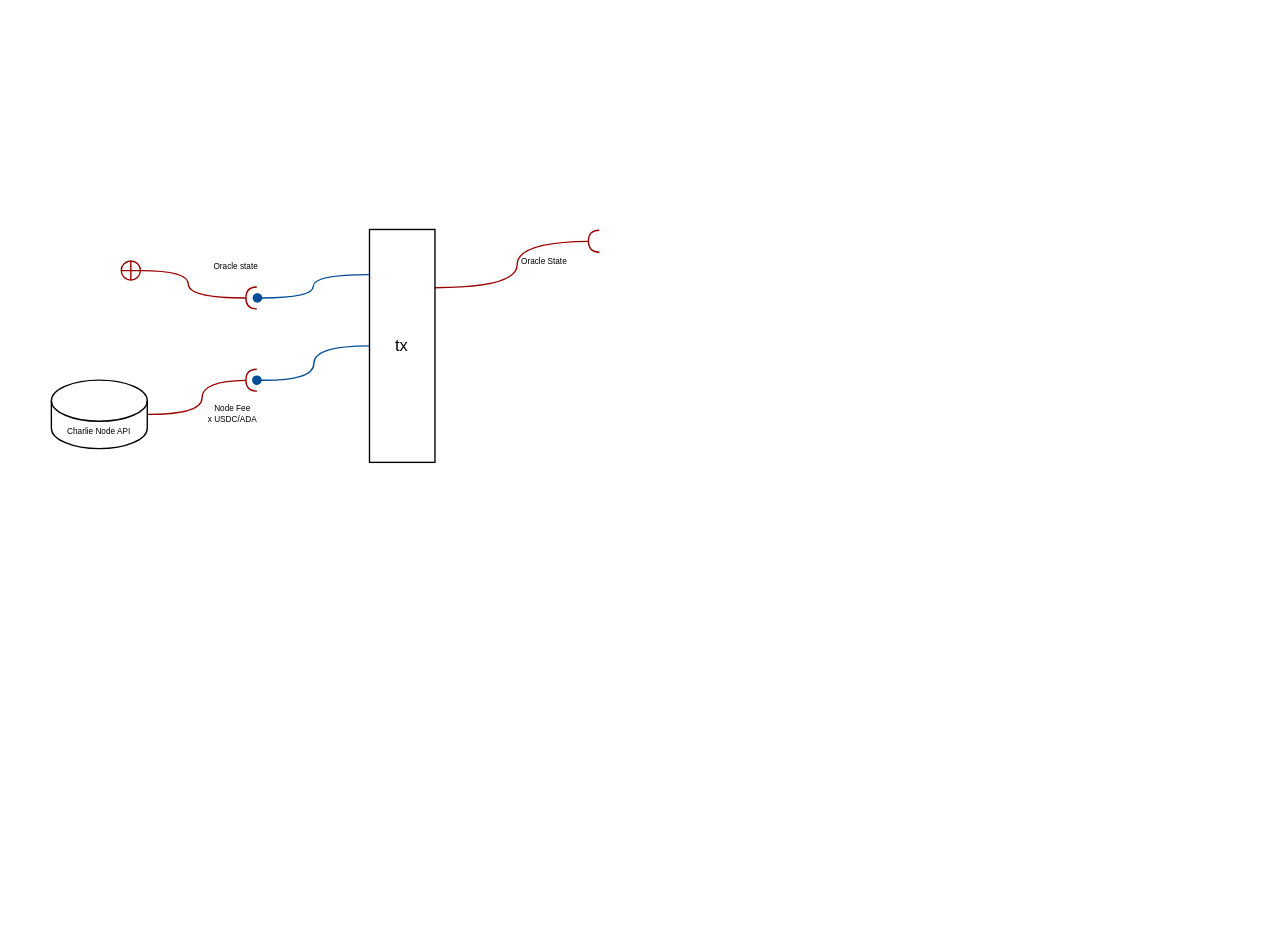
The draw.io diagram Update OP.drawio in xxAVOGADROxx/diagramasC3, before the edit. Source tidied: cells renumbered, new cells numbered last; positions are measured from the earlier drawing's top-left corner, leaving out a move shared by most shapes. Both pictures are drawn from the tidied source at 137%, with x=0, y=0 at pixel (51, 229).
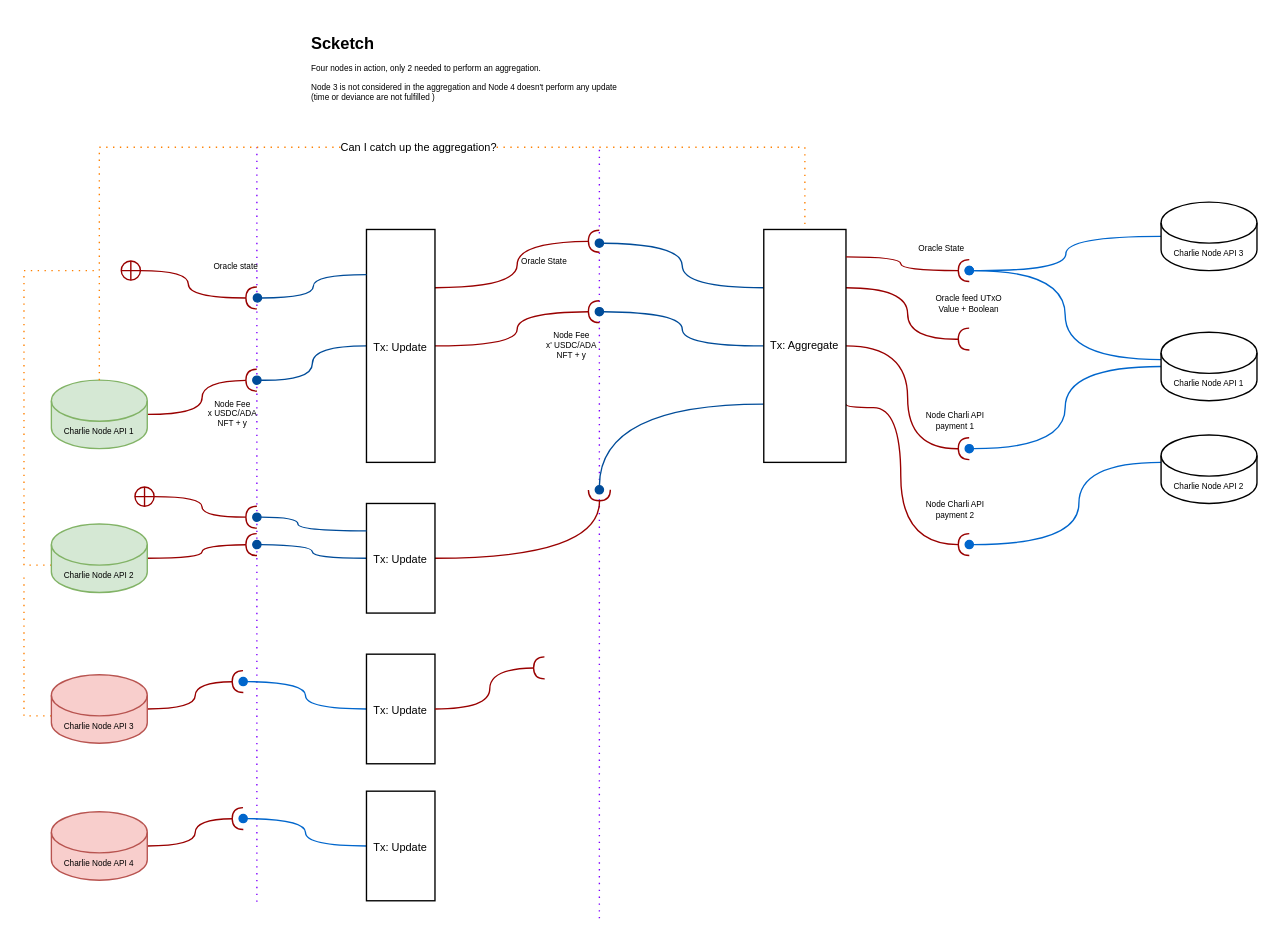
The same page after the edit.

Diff of the diagram source:
```diff
@@
+    <mxCell id="12" style="endArrow=none;dashed=1;html=1;rounded=0;fontSize=8;strokeColor=#7F00FF;curved=1;dashPattern=1 4;" parent="1" edge="1">
+      <mxGeometry relative="1" as="geometry">
+        <mxPoint x="400" y="502.8" as="sourcePoint" />
+        <mxPoint x="400" y="-60" as="targetPoint" />
+      </mxGeometry>
+    </mxCell>
+    <mxCell id="13" style="endArrow=none;dashed=1;html=1;dashPattern=1 4;strokeWidth=1;rounded=0;fontSize=8;curved=1;strokeColor=#7F00FF;" parent="1" edge="1">
+      <mxGeometry relative="1" as="geometry">
+        <mxPoint x="150" y="490.7" as="sourcePoint" />
+        <mxPoint x="150" y="-60" as="targetPoint" />
+      </mxGeometry>
+    </mxCell>
@@
-    <mxCell id="5" value="Charlie Node API" style="shape=cylinder3;whiteSpace=wrap;html=1;boundedLbl=1;backgroundOutline=1;size=15;fontSize=6;" parent="1" vertex="1">
+    <mxCell id="5" value="Charlie Node API 1" style="shape=cylinder3;whiteSpace=wrap;html=1;boundedLbl=1;backgroundOutline=1;size=15;fontSize=6;fillColor=#d5e8d4;strokeColor=#82b366;" parent="1" vertex="1">
       <mxGeometry y="110" width="70" height="50" as="geometry" />
     </mxCell>
@@
-    <mxCell id="8" value="Node Fee&lt;br&gt;x USDC/ADA" style="text;html=1;strokeColor=none;fillColor=none;align=center;verticalAlign=middle;whiteSpace=wrap;rounded=0;fontSize=6;" parent="1" vertex="1">
+    <mxCell id="8" value="Node Fee&lt;br&gt;x USDC/ADA&lt;br&gt;NFT + y" style="text;html=1;strokeColor=none;fillColor=none;align=center;verticalAlign=middle;whiteSpace=wrap;rounded=0;fontSize=6;" parent="1" vertex="1">
       <mxGeometry x="110" y="125" width="45" height="20" as="geometry" />
     </mxCell>
@@
+    <mxCell id="14" style="edgeStyle=orthogonalEdgeStyle;rounded=0;jettySize=auto;html=1;exitX=1;exitY=0.5;exitDx=0;exitDy=0;curved=1;strokeColor=#990000;endArrow=halfCircle;endFill=0;" parent="1" edge="1" source="10">
+      <mxGeometry relative="1" as="geometry">
+        <mxPoint x="400" y="60" as="targetPoint" />
+      </mxGeometry>
+    </mxCell>
-    <mxCell id="10" value="tx" style="rounded=0;whiteSpace=wrap;html=1;rotation=0;" parent="1" vertex="1">
-      <mxGeometry x="232.2" width="47.8" height="170" as="geometry" />
+    <mxCell id="10" value="&lt;div&gt;&lt;span style=&quot;font-size: 8px&quot;&gt;Tx: Update&lt;/span&gt;&lt;/div&gt;" style="rounded=0;whiteSpace=wrap;html=1;rotation=0;align=center;" parent="1" vertex="1">
+      <mxGeometry x="230" width="50" height="170" as="geometry" />
     </mxCell>
@@
+    <mxCell id="15" value="&lt;font style=&quot;font-size: 6px&quot;&gt;Node Fee&lt;br style=&quot;font-size: 6px&quot;&gt;x' USDC/ADA&lt;br&gt;NFT + y&lt;br&gt;&lt;/font&gt;" style="text;html=1;strokeColor=none;fillColor=none;align=center;verticalAlign=middle;whiteSpace=wrap;rounded=0;fontSize=6;" parent="1" vertex="1">
+      <mxGeometry x="350" y="70" width="60" height="30" as="geometry" />
+    </mxCell>
+    <mxCell id="16" style="edgeStyle=orthogonalEdgeStyle;curved=1;rounded=0;jettySize=auto;html=1;exitX=0;exitY=0.25;exitDx=0;exitDy=0;fontSize=8;endArrow=oval;endFill=1;strokeColor=#004C99;" parent="1" edge="1" source="22">
+      <mxGeometry relative="1" as="geometry">
+        <mxPoint x="400" y="10" as="targetPoint" />
+      </mxGeometry>
+    </mxCell>
+    <mxCell id="17" style="edgeStyle=orthogonalEdgeStyle;curved=1;rounded=0;jettySize=auto;html=1;exitX=0;exitY=0.5;exitDx=0;exitDy=0;fontSize=8;endArrow=oval;endFill=1;strokeColor=#004C99;" parent="1" edge="1" source="22">
+      <mxGeometry relative="1" as="geometry">
+        <mxPoint x="400" y="60" as="targetPoint" />
+      </mxGeometry>
+    </mxCell>
+    <mxCell id="18" style="edgeStyle=orthogonalEdgeStyle;curved=1;rounded=0;jettySize=auto;html=1;exitX=1;exitY=0.25;exitDx=0;exitDy=0;fontSize=8;endArrow=halfCircle;endFill=0;strokeColor=#990000;" parent="1" edge="1" source="22">
+      <mxGeometry relative="1" as="geometry">
+        <mxPoint x="670" y="80" as="targetPoint" />
+      </mxGeometry>
+    </mxCell>
+    <mxCell id="19" style="edgeStyle=orthogonalEdgeStyle;curved=1;rounded=0;jettySize=auto;html=1;exitX=0;exitY=0.75;exitDx=0;exitDy=0;fontSize=8;endArrow=oval;endFill=1;strokeColor=#004C99;" parent="1" edge="1" source="22">
+      <mxGeometry relative="1" as="geometry">
+        <mxPoint x="400" y="190" as="targetPoint" />
+      </mxGeometry>
+    </mxCell>
+    <mxCell id="20" style="edgeStyle=orthogonalEdgeStyle;curved=1;rounded=0;jettySize=auto;html=1;exitX=1;exitY=0.5;exitDx=0;exitDy=0;fontSize=8;endArrow=halfCircle;endFill=0;strokeColor=#990000;strokeWidth=1;" parent="1" edge="1" source="22">
+      <mxGeometry relative="1" as="geometry">
+        <mxPoint x="670" y="160" as="targetPoint" />
+      </mxGeometry>
+    </mxCell>
+    <mxCell id="21" style="edgeStyle=orthogonalEdgeStyle;curved=1;rounded=0;jettySize=auto;html=1;exitX=1;exitY=0.75;exitDx=0;exitDy=0;fontSize=8;endArrow=halfCircle;endFill=0;strokeColor=#990000;strokeWidth=1;" parent="1" edge="1" source="22">
+      <mxGeometry relative="1" as="geometry">
+        <mxPoint x="670" y="230" as="targetPoint" />
+        <Array as="points">
+          <mxPoint x="580" y="130" />
+          <mxPoint x="620" y="130" />
+          <mxPoint x="620" y="230" />
+        </Array>
+      </mxGeometry>
+    </mxCell>
+    <mxCell id="22" value="&lt;font style=&quot;font-size: 8px&quot;&gt;Tx: Aggregate&lt;/font&gt;" style="rounded=0;whiteSpace=wrap;html=1;fontSize=6;" parent="1" vertex="1">
+      <mxGeometry x="520" width="60" height="170" as="geometry" />
+    </mxCell>
+    <mxCell id="23" style="edgeStyle=orthogonalEdgeStyle;rounded=0;jettySize=auto;html=1;exitX=0.5;exitY=0;exitDx=0;exitDy=0;exitPerimeter=0;entryX=0.5;entryY=0;entryDx=0;entryDy=0;fontSize=8;endArrow=none;endFill=0;strokeColor=#FF8000;dashed=1;dashPattern=1 4;" parent="1" edge="1" source="5" target="22">
+      <mxGeometry relative="1" as="geometry">
+        <Array as="points">
+          <mxPoint x="35" y="-60" />
+          <mxPoint x="550" y="-60" />
+        </Array>
+      </mxGeometry>
+    </mxCell>
+    <mxCell id="24" value="Can I catch up the aggregation?" style="edgeLabel;html=1;align=center;verticalAlign=middle;fontSize=8;" parent="23" vertex="1">
+      <mxGeometry x="0.08" y="1" relative="1" as="geometry" />
+    </mxCell>
+    <mxCell id="25" style="edgeStyle=orthogonalEdgeStyle;rounded=0;jettySize=auto;html=1;exitX=1;exitY=0.5;exitDx=0;exitDy=0;exitPerimeter=0;fontSize=8;endArrow=halfCircle;endFill=0;strokeColor=#990000;curved=1;" parent="1" edge="1" source="27">
+      <mxGeometry relative="1" as="geometry">
+        <mxPoint x="150" y="230" as="targetPoint" />
+      </mxGeometry>
+    </mxCell>
+    <mxCell id="26" style="edgeStyle=orthogonalEdgeStyle;rounded=0;jettySize=auto;html=1;exitX=0;exitY=0;exitDx=0;exitDy=30;exitPerimeter=0;fontSize=6;endArrow=none;endFill=0;strokeColor=#FF8000;strokeWidth=1;dashed=1;dashPattern=1 4;" parent="1" edge="1" source="27">
+      <mxGeometry relative="1" as="geometry">
+        <mxPoint x="35" y="30" as="targetPoint" />
+        <Array as="points">
+          <mxPoint x="-20" y="245" />
+          <mxPoint x="-20" y="30" />
+        </Array>
+      </mxGeometry>
+    </mxCell>
+    <mxCell id="27" value="Charlie Node API 2" style="shape=cylinder3;whiteSpace=wrap;html=1;boundedLbl=1;backgroundOutline=1;size=15;fontSize=6;fillColor=#d5e8d4;strokeColor=#82b366;" parent="1" vertex="1">
+      <mxGeometry y="215" width="70" height="50" as="geometry" />
+    </mxCell>
+    <mxCell id="28" style="edgeStyle=orthogonalEdgeStyle;curved=1;rounded=0;jettySize=auto;html=1;exitX=0;exitY=0.5;exitDx=0;exitDy=0;fontSize=8;endArrow=oval;endFill=1;strokeColor=#004C99;" parent="1" edge="1" source="30">
+      <mxGeometry relative="1" as="geometry">
+        <mxPoint x="150" y="230" as="targetPoint" />
+      </mxGeometry>
+    </mxCell>
+    <mxCell id="29" style="edgeStyle=orthogonalEdgeStyle;curved=1;rounded=0;jettySize=auto;html=1;exitX=1;exitY=0.5;exitDx=0;exitDy=0;fontSize=8;endArrow=halfCircle;endFill=0;strokeColor=#990000;" parent="1" edge="1" source="30">
+      <mxGeometry relative="1" as="geometry">
+        <mxPoint x="400" y="190" as="targetPoint" />
+      </mxGeometry>
+    </mxCell>
+    <mxCell id="30" value="&lt;div&gt;&lt;span style=&quot;font-size: 8px&quot;&gt;Tx: Update&lt;/span&gt;&lt;/div&gt;" style="rounded=0;whiteSpace=wrap;html=1;rotation=0;align=center;" parent="1" vertex="1">
+      <mxGeometry x="230" y="200" width="50" height="80" as="geometry" />
+    </mxCell>
+    <mxCell id="31" style="edgeStyle=orthogonalEdgeStyle;rounded=0;jettySize=auto;html=1;exitX=0;exitY=0;exitDx=0;exitDy=30;exitPerimeter=0;dashed=1;dashPattern=1 4;fontSize=6;endArrow=none;endFill=0;strokeColor=#FF8000;strokeWidth=1;" parent="1" edge="1" source="49">
+      <mxGeometry relative="1" as="geometry">
+        <mxPoint x="-20" y="250" as="targetPoint" />
+      </mxGeometry>
+    </mxCell>
+    <mxCell id="32" style="edgeStyle=orthogonalEdgeStyle;rounded=0;orthogonalLoop=1;jettySize=auto;html=1;strokeColor=#990000;startArrow=circlePlus;startFill=0;strokeWidth=1;endArrow=halfCircle;endFill=0;curved=1;" parent="1" edge="1">
+      <mxGeometry relative="1" as="geometry">
+        <mxPoint x="60" y="195" as="sourcePoint" />
+        <mxPoint x="150" y="210" as="targetPoint" />
+        <Array as="points">
+          <mxPoint x="110" y="195" />
+          <mxPoint x="110" y="210" />
+        </Array>
+      </mxGeometry>
+    </mxCell>
+    <mxCell id="33" style="edgeStyle=orthogonalEdgeStyle;rounded=0;jettySize=auto;html=1;startArrow=none;startFill=0;endArrow=oval;endFill=1;strokeColor=#004C99;strokeWidth=1;curved=1;exitX=0;exitY=0.25;exitDx=0;exitDy=0;" parent="1" edge="1" source="30">
+      <mxGeometry relative="1" as="geometry">
+        <mxPoint x="150" y="210" as="targetPoint" />
+        <Array as="points">
+          <mxPoint x="180" y="220" />
+          <mxPoint x="180" y="210" />
+        </Array>
+      </mxGeometry>
+    </mxCell>
+    <mxCell id="34" value="Node Charli API payment 2" style="text;html=1;strokeColor=none;fillColor=none;align=center;verticalAlign=middle;whiteSpace=wrap;rounded=0;fontSize=6;" parent="1" vertex="1">
+      <mxGeometry x="630" y="190" width="60" height="30" as="geometry" />
+    </mxCell>
+    <mxCell id="35" value="Node Charli API payment 1" style="text;html=1;strokeColor=none;fillColor=none;align=center;verticalAlign=middle;whiteSpace=wrap;rounded=0;fontSize=6;" parent="1" vertex="1">
+      <mxGeometry x="630" y="125" width="60" height="30" as="geometry" />
+    </mxCell>
+    <mxCell id="36" value="Oracle feed UTxO&lt;br&gt;Value + Boolean" style="text;html=1;strokeColor=none;fillColor=none;align=center;verticalAlign=middle;whiteSpace=wrap;rounded=0;fontSize=6;" parent="1" vertex="1">
+      <mxGeometry x="640" y="40" width="60" height="30" as="geometry" />
+    </mxCell>
+    <mxCell id="37" style="edgeStyle=orthogonalEdgeStyle;curved=1;rounded=0;orthogonalLoop=1;jettySize=auto;html=1;fontSize=8;endArrow=halfCircle;endFill=0;strokeColor=#990000;" parent="1" edge="1">
+      <mxGeometry relative="1" as="geometry">
+        <mxPoint x="580" y="20" as="sourcePoint" />
+        <mxPoint x="670" y="30" as="targetPoint" />
+        <Array as="points">
+          <mxPoint x="620" y="20" />
+          <mxPoint x="620" y="30" />
+        </Array>
+      </mxGeometry>
+    </mxCell>
+    <mxCell id="38" value="Oracle State" style="text;html=1;strokeColor=none;fillColor=none;align=center;verticalAlign=middle;whiteSpace=wrap;rounded=0;fontSize=6;" parent="1" vertex="1">
+      <mxGeometry x="630" y="8" width="40.2" height="11.8" as="geometry" />
+    </mxCell>
+    <mxCell id="39" style="edgeStyle=orthogonalEdgeStyle;rounded=0;jettySize=auto;html=1;exitX=0;exitY=0.5;exitDx=0;exitDy=0;exitPerimeter=0;fontSize=6;endArrow=none;endFill=0;strokeColor=none;strokeWidth=1;curved=1;" parent="1" edge="1" source="42">
+      <mxGeometry relative="1" as="geometry">
+        <mxPoint x="670" y="160" as="targetPoint" />
+        <Array as="points">
+          <mxPoint x="810" y="150" />
+          <mxPoint x="670" y="150" />
+        </Array>
+      </mxGeometry>
+    </mxCell>
+    <mxCell id="40" style="edgeStyle=orthogonalEdgeStyle;curved=1;rounded=0;jettySize=auto;html=1;exitX=0;exitY=0.5;exitDx=0;exitDy=0;exitPerimeter=0;fontSize=6;endArrow=oval;endFill=1;strokeColor=#0066CC;strokeWidth=1;" parent="1" edge="1" source="42">
+      <mxGeometry relative="1" as="geometry">
+        <mxPoint x="670" y="160" as="targetPoint" />
+        <Array as="points">
+          <mxPoint x="740" y="100" />
+          <mxPoint x="740" y="160" />
+        </Array>
+      </mxGeometry>
+    </mxCell>
+    <mxCell id="41" style="edgeStyle=orthogonalEdgeStyle;curved=1;rounded=0;jettySize=auto;html=1;exitX=0;exitY=0;exitDx=0;exitDy=20;exitPerimeter=0;fontSize=6;endArrow=oval;endFill=1;strokeColor=#0066CC;strokeWidth=1;" parent="1" edge="1" source="42">
+      <mxGeometry relative="1" as="geometry">
+        <mxPoint x="670" y="30" as="targetPoint" />
+        <Array as="points">
+          <mxPoint x="740" y="95" />
+          <mxPoint x="740" y="30" />
+        </Array>
+      </mxGeometry>
+    </mxCell>
+    <mxCell id="42" value="Charlie Node API 1" style="shape=cylinder3;whiteSpace=wrap;html=1;boundedLbl=1;backgroundOutline=1;size=15;fontSize=6;" parent="1" vertex="1">
+      <mxGeometry x="810" y="75" width="70" height="50" as="geometry" />
+    </mxCell>
+    <mxCell id="43" style="edgeStyle=orthogonalEdgeStyle;curved=1;rounded=0;jettySize=auto;html=1;exitX=0;exitY=0;exitDx=0;exitDy=20;exitPerimeter=0;fontSize=6;endArrow=oval;endFill=1;strokeColor=#0066CC;strokeWidth=1;" parent="1" edge="1" source="44">
+      <mxGeometry relative="1" as="geometry">
+        <mxPoint x="670" y="230" as="targetPoint" />
+        <Array as="points">
+          <mxPoint x="750" y="170" />
+          <mxPoint x="750" y="230" />
+        </Array>
+      </mxGeometry>
+    </mxCell>
+    <mxCell id="44" value="Charlie Node API 2" style="shape=cylinder3;whiteSpace=wrap;html=1;boundedLbl=1;backgroundOutline=1;size=15;fontSize=6;" parent="1" vertex="1">
+      <mxGeometry x="810" y="150" width="70" height="50" as="geometry" />
+    </mxCell>
+    <mxCell id="45" style="edgeStyle=orthogonalEdgeStyle;curved=1;rounded=0;jettySize=auto;html=1;exitX=0;exitY=0.5;exitDx=0;exitDy=0;exitPerimeter=0;fontSize=6;endArrow=oval;endFill=1;strokeColor=#0066CC;strokeWidth=1;" parent="1" edge="1" source="46">
+      <mxGeometry relative="1" as="geometry">
+        <mxPoint x="670" y="30" as="targetPoint" />
+      </mxGeometry>
+    </mxCell>
+    <mxCell id="46" value="Charlie Node API 3" style="shape=cylinder3;whiteSpace=wrap;html=1;boundedLbl=1;backgroundOutline=1;size=15;fontSize=6;" parent="1" vertex="1">
+      <mxGeometry x="810" y="-20" width="70" height="50" as="geometry" />
+    </mxCell>
+    <mxCell id="47" style="group;" parent="1" vertex="1">
+      <mxGeometry y="310" width="280" height="80" as="geometry" />
+    </mxCell>
+    <mxCell id="48" style="edgeStyle=orthogonalEdgeStyle;curved=1;rounded=0;jettySize=auto;html=1;exitX=1;exitY=0.5;exitDx=0;exitDy=0;exitPerimeter=0;fontSize=8;endArrow=halfCircle;endFill=0;strokeColor=#990000;" parent="47" edge="1" source="49">
+      <mxGeometry relative="1" as="geometry">
+        <mxPoint x="140" y="20" as="targetPoint" />
+      </mxGeometry>
+    </mxCell>
+    <mxCell id="49" value="Charlie Node API 3" style="shape=cylinder3;whiteSpace=wrap;html=1;boundedLbl=1;backgroundOutline=1;size=15;fontSize=6;fillColor=#f8cecc;strokeColor=#b85450;" parent="47" vertex="1">
+      <mxGeometry y="15" width="70" height="50" as="geometry" />
+    </mxCell>
+    <mxCell id="50" style="edgeStyle=orthogonalEdgeStyle;curved=1;rounded=0;jettySize=auto;html=1;exitX=0;exitY=0.5;exitDx=0;exitDy=0;fontSize=8;endArrow=oval;endFill=1;strokeColor=#0066CC;" parent="47" edge="1" source="51">
+      <mxGeometry relative="1" as="geometry">
+        <mxPoint x="140" y="20" as="targetPoint" />
+      </mxGeometry>
+    </mxCell>
+    <mxCell id="51" value="&lt;div&gt;&lt;span style=&quot;font-size: 8px&quot;&gt;Tx: Update&lt;/span&gt;&lt;/div&gt;" style="rounded=0;whiteSpace=wrap;html=1;rotation=0;align=center;" parent="47" vertex="1">
+      <mxGeometry x="230" width="50" height="80" as="geometry" />
+    </mxCell>
+    <mxCell id="52" style="group;" parent="1" vertex="1">
+      <mxGeometry y="410" width="280" height="80" as="geometry" />
+    </mxCell>
+    <mxCell id="53" style="edgeStyle=orthogonalEdgeStyle;curved=1;rounded=0;jettySize=auto;html=1;exitX=1;exitY=0.5;exitDx=0;exitDy=0;exitPerimeter=0;fontSize=8;endArrow=halfCircle;endFill=0;strokeColor=#990000;" parent="52" edge="1" source="54">
+      <mxGeometry relative="1" as="geometry">
+        <mxPoint x="140" y="20" as="targetPoint" />
+      </mxGeometry>
+    </mxCell>
+    <mxCell id="54" value="Charlie Node API 4" style="shape=cylinder3;whiteSpace=wrap;html=1;boundedLbl=1;backgroundOutline=1;size=15;fontSize=6;fillColor=#f8cecc;strokeColor=#b85450;" parent="52" vertex="1">
+      <mxGeometry y="15" width="70" height="50" as="geometry" />
+    </mxCell>
+    <mxCell id="55" style="edgeStyle=orthogonalEdgeStyle;curved=1;rounded=0;jettySize=auto;html=1;exitX=0;exitY=0.5;exitDx=0;exitDy=0;fontSize=8;endArrow=oval;endFill=1;strokeColor=#0066CC;" parent="52" edge="1" source="56">
+      <mxGeometry relative="1" as="geometry">
+        <mxPoint x="140" y="20" as="targetPoint" />
+      </mxGeometry>
+    </mxCell>
+    <mxCell id="56" value="&lt;div&gt;&lt;span style=&quot;font-size: 8px&quot;&gt;Tx: Update&lt;/span&gt;&lt;/div&gt;" style="rounded=0;whiteSpace=wrap;html=1;rotation=0;align=center;" parent="52" vertex="1">
+      <mxGeometry x="230" width="50" height="80" as="geometry" />
+    </mxCell>
+    <mxCell id="57" style="edgeStyle=orthogonalEdgeStyle;curved=1;rounded=0;jettySize=auto;html=1;exitX=1;exitY=0.5;exitDx=0;exitDy=0;fontSize=6;endArrow=halfCircle;endFill=0;strokeColor=#990000;strokeWidth=1;" parent="1" edge="1" source="51">
+      <mxGeometry relative="1" as="geometry">
+        <mxPoint x="360" y="320" as="targetPoint" />
+      </mxGeometry>
+    </mxCell>
+    <mxCell id="58" value="&lt;h1&gt;Scketch&lt;/h1&gt;&lt;p&gt;Four nodes in action, only 2 needed to perform an aggregation.&lt;/p&gt;&lt;p&gt;Node 3 is not considered in the aggregation and Node 4 doesn't perform any update (time or deviance are not fulfilled )&lt;/p&gt;" style="text;html=1;strokeColor=none;fillColor=none;spacing=5;spacingTop=-20;whiteSpace=wrap;overflow=hidden;rounded=0;fontSize=6;" parent="1" vertex="1">
+      <mxGeometry x="185" y="-140" width="235" height="50" as="geometry" />
+    </mxCell>
```
